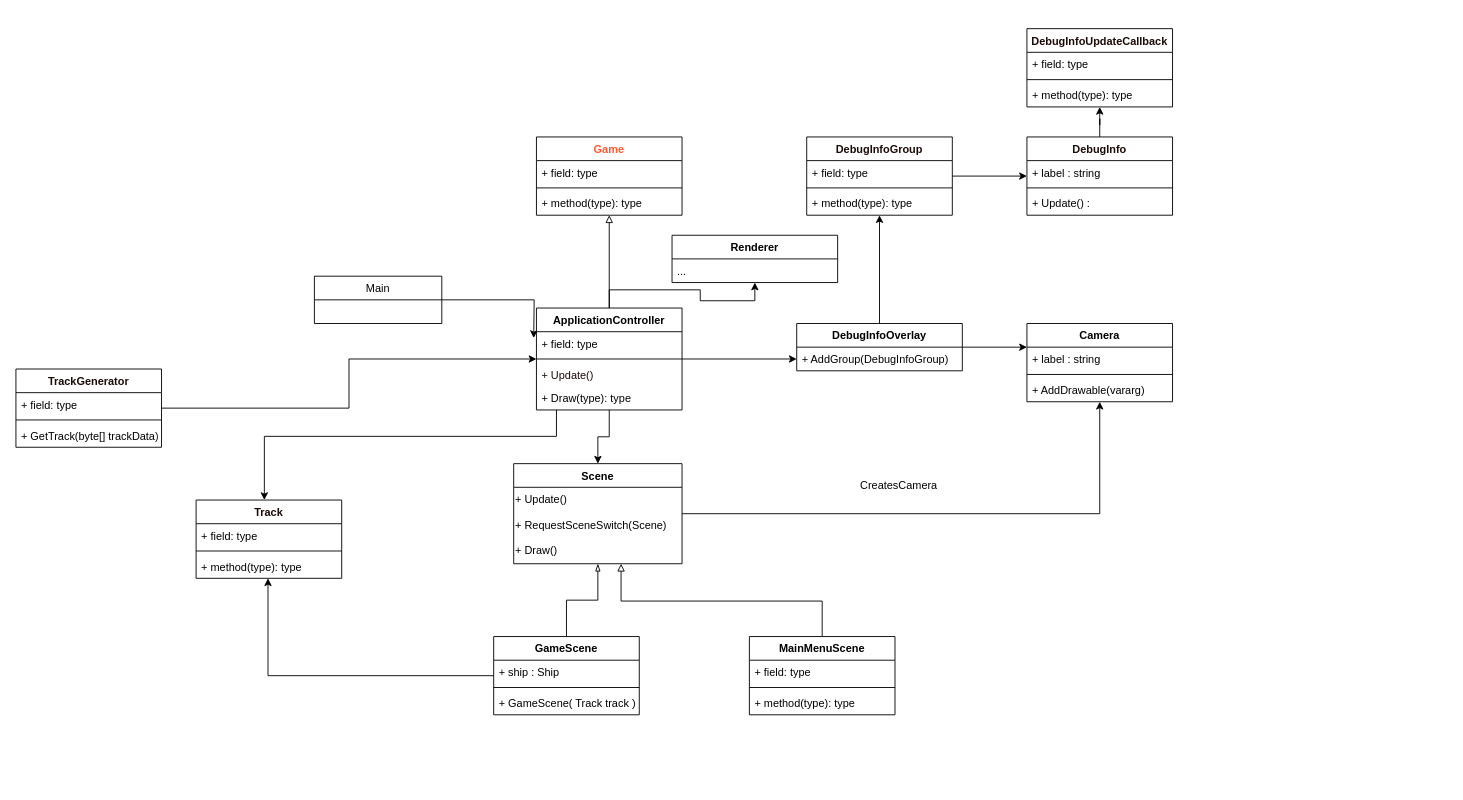
This is deepflight_classdiagram.drawio from maltebp/DeepFlightGame, a draw.io file, before an edit. Source tidied: cells renumbered, new cells numbered last; positions are measured from the earlier drawing's top-left corner, leaving out a move shared by most shapes. Both pictures are drawn from the tidied source at 91%, with x=0, y=0 at pixel (15, 28).
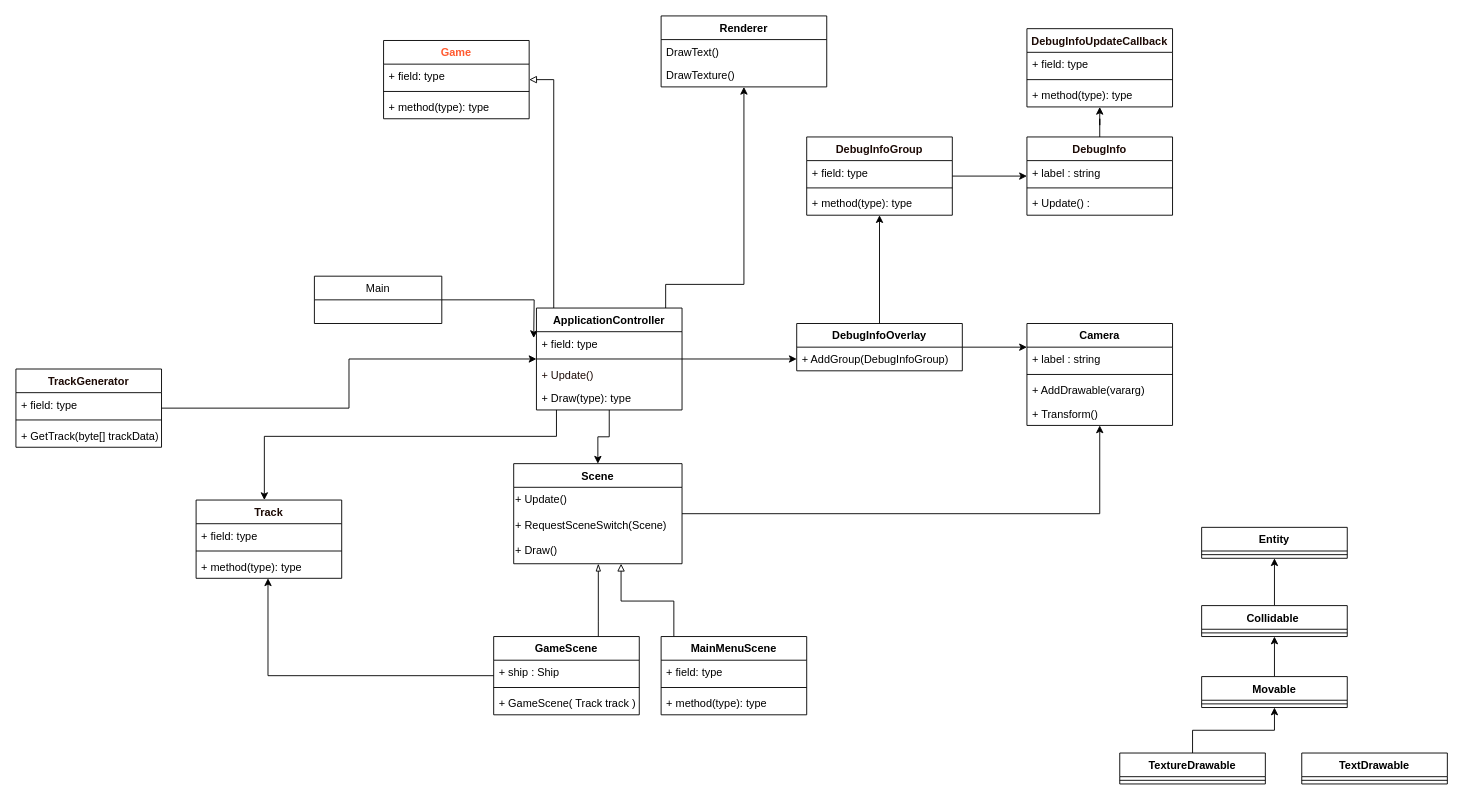
Above is the later version.

Unchanged cells that the change refers to:
```xml
<mxCell id="10" value="ApplicationController" style="swimlane;fontStyle=1;align=center;verticalAlign=top;horizontal=1;startSize=26;" parent="1" vertex="1">
  <mxGeometry x="572" y="307" width="160" height="112" as="geometry" />
</mxCell>
<mxCell id="16" value="Scene" style="swimlane;fontStyle=1;align=center;verticalAlign=top;horizontal=1;startSize=26;" parent="1" vertex="1">
  <mxGeometry x="547" y="478" width="185" height="110" as="geometry" />
</mxCell>
<mxCell id="36" value="GameScene" style="swimlane;fontStyle=1;align=center;verticalAlign=top;horizontal=1;startSize=26;" parent="1" vertex="1">
  <mxGeometry x="525" y="668" width="160" height="86" as="geometry" />
</mxCell>
```

Change to the diagram source:
```diff
@@
     <mxCell id="3" style="edgeStyle=orthogonalEdgeStyle;rounded=0;jettySize=auto;html=1;endArrow=block;endFill=0;" parent="1" edge="1" source="10" target="20">
-      <mxGeometry relative="1" as="geometry" />
+      <mxGeometry relative="1" as="geometry">
+        <Array as="points">
+          <mxPoint x="591" y="56" />
+        </Array>
+      </mxGeometry>
     </mxCell>
@@
     <mxCell id="5" style="edgeStyle=orthogonalEdgeStyle;rounded=0;jettySize=auto;html=1;endArrow=block;endFill=0;" parent="1" edge="1" source="40" target="16">
       <mxGeometry relative="1" as="geometry">
         <Array as="points">
+          <mxPoint x="723" y="629" />
           <mxPoint x="665" y="629" />
         </Array>
       </mxGeometry>
     </mxCell>
     <mxCell id="6" style="edgeStyle=orthogonalEdgeStyle;rounded=0;jettySize=auto;html=1;endArrow=blockThin;endFill=0;fontColor=#FF5A30;" parent="1" edge="1" source="36" target="16">
-      <mxGeometry relative="1" as="geometry" />
+      <mxGeometry relative="1" as="geometry">
+        <Array as="points">
+          <mxPoint x="640" y="651" />
+          <mxPoint x="640" y="651" />
+        </Array>
+      </mxGeometry>
     </mxCell>
@@
     <mxCell id="9" style="edgeStyle=orthogonalEdgeStyle;rounded=0;jettySize=auto;html=1;" parent="1" edge="1" source="10" target="65">
-      <mxGeometry relative="1" as="geometry" />
+      <mxGeometry relative="1" as="geometry">
+        <Array as="points">
+          <mxPoint x="714" y="281" />
+          <mxPoint x="800" y="281" />
+        </Array>
+      </mxGeometry>
     </mxCell>
@@
-    <mxCell id="20" value="Game" style="swimlane;fontStyle=1;align=center;verticalAlign=top;horizontal=1;startSize=26;fontColor=#FF5A30;" parent="1" vertex="1">
-      <mxGeometry x="572" y="119" width="160" height="86" as="geometry" />
-    </mxCell>
-    <mxCell id="21" value="+ field: type" style="text;strokeColor=none;fillColor=none;align=left;verticalAlign=top;spacingLeft=4;spacingRight=4;overflow=hidden;" parent="20" vertex="1">
-      <mxGeometry y="26" width="160" height="26" as="geometry" />
-    </mxCell>
-    <mxCell id="22" style="line;strokeWidth=1;fillColor=none;align=left;verticalAlign=middle;spacingTop=-1;spacingLeft=3;spacingRight=3;labelPosition=right;" parent="20" vertex="1">
-      <mxGeometry y="52" width="160" height="8" as="geometry" />
-    </mxCell>
-    <mxCell id="23" value="+ method(type): type" style="text;strokeColor=none;fillColor=none;align=left;verticalAlign=top;spacingLeft=4;spacingRight=4;overflow=hidden;" parent="20" vertex="1">
-      <mxGeometry y="60" width="160" height="26" as="geometry" />
-    </mxCell>
@@
+    <mxCell id="20" value="Game" style="swimlane;fontStyle=1;align=center;verticalAlign=top;horizontal=1;startSize=26;fontColor=#FF5A30;" parent="1" vertex="1">
+      <mxGeometry x="404" y="13" width="160" height="86" as="geometry" />
+    </mxCell>
+    <mxCell id="21" value="+ field: type" style="text;strokeColor=none;fillColor=none;align=left;verticalAlign=top;spacingLeft=4;spacingRight=4;overflow=hidden;" parent="20" vertex="1">
+      <mxGeometry y="26" width="160" height="26" as="geometry" />
+    </mxCell>
+    <mxCell id="22" style="line;strokeWidth=1;fillColor=none;align=left;verticalAlign=middle;spacingTop=-1;spacingLeft=3;spacingRight=3;labelPosition=right;" parent="20" vertex="1">
+      <mxGeometry y="52" width="160" height="8" as="geometry" />
+    </mxCell>
+    <mxCell id="23" value="+ method(type): type" style="text;strokeColor=none;fillColor=none;align=left;verticalAlign=top;spacingLeft=4;spacingRight=4;overflow=hidden;" parent="20" vertex="1">
+      <mxGeometry y="60" width="160" height="26" as="geometry" />
+    </mxCell>
+    <mxCell id="65" value="Renderer" style="swimlane;fontStyle=1;align=center;verticalAlign=top;horizontal=1;startSize=26;" parent="1" vertex="1">
+      <mxGeometry x="709" y="-14" width="182" height="78" as="geometry" />
+    </mxCell>
+    <mxCell id="68" value="DrawText()" style="text;strokeColor=none;fillColor=none;align=left;verticalAlign=top;spacingLeft=4;spacingRight=4;overflow=hidden;" parent="65" vertex="1">
+      <mxGeometry y="26" width="182" height="26" as="geometry" />
+    </mxCell>
+    <mxCell id="66" value="DrawTexture()" style="text;strokeColor=none;fillColor=none;align=left;verticalAlign=top;spacingLeft=4;spacingRight=4;overflow=hidden;" parent="65" vertex="1">
+      <mxGeometry y="52" width="182" height="26" as="geometry" />
+    </mxCell>
@@
-    <mxCell id="40" value="MainMenuScene" style="swimlane;fontStyle=1;align=center;verticalAlign=top;horizontal=1;startSize=26;" parent="1" vertex="1">
-      <mxGeometry x="806" y="668" width="160" height="86" as="geometry" />
-    </mxCell>
-    <mxCell id="41" value="+ field: type" style="text;strokeColor=none;fillColor=none;align=left;verticalAlign=top;spacingLeft=4;spacingRight=4;overflow=hidden;" parent="40" vertex="1">
-      <mxGeometry y="26" width="160" height="26" as="geometry" />
-    </mxCell>
-    <mxCell id="42" style="line;strokeWidth=1;fillColor=none;align=left;verticalAlign=middle;spacingTop=-1;spacingLeft=3;spacingRight=3;labelPosition=right;" parent="40" vertex="1">
-      <mxGeometry y="52" width="160" height="8" as="geometry" />
-    </mxCell>
-    <mxCell id="43" value="+ method(type): type" style="text;strokeColor=none;fillColor=none;align=left;verticalAlign=top;spacingLeft=4;spacingRight=4;overflow=hidden;" parent="40" vertex="1">
-      <mxGeometry y="60" width="160" height="26" as="geometry" />
-    </mxCell>
@@
     <mxCell id="49" value="Camera" style="swimlane;fontStyle=1;align=center;verticalAlign=top;horizontal=1;startSize=26;" parent="1" vertex="1">
-      <mxGeometry x="1111" y="324" width="160" height="86" as="geometry" />
+      <mxGeometry x="1111" y="324" width="160" height="112" as="geometry" />
     </mxCell>
@@
+    <mxCell id="69" value="+ Transform()" style="text;strokeColor=none;fillColor=none;align=left;verticalAlign=top;spacingLeft=4;spacingRight=4;overflow=hidden;" parent="49" vertex="1">
+      <mxGeometry y="86" width="160" height="26" as="geometry" />
+    </mxCell>
@@
-    <mxCell id="65" value="Renderer" style="swimlane;fontStyle=1;align=center;verticalAlign=top;horizontal=1;startSize=26;" parent="1" vertex="1">
-      <mxGeometry x="721" y="227" width="182" height="52" as="geometry" />
-    </mxCell>
-    <mxCell id="66" value="..." style="text;strokeColor=none;fillColor=none;align=left;verticalAlign=top;spacingLeft=4;spacingRight=4;overflow=hidden;" parent="65" vertex="1">
-      <mxGeometry y="26" width="182" height="26" as="geometry" />
-    </mxCell>
-    <mxCell id="67" value="CreatesCamera" style="text;html=1;align=center;verticalAlign=middle;" parent="1" vertex="1">
-      <mxGeometry x="922" y="493" width="95" height="18" as="geometry" />
-    </mxCell>
+    <mxCell id="40" value="MainMenuScene" style="swimlane;fontStyle=1;align=center;verticalAlign=top;horizontal=1;startSize=26;" parent="1" vertex="1">
+      <mxGeometry x="709" y="668" width="160" height="86" as="geometry" />
+    </mxCell>
+    <mxCell id="41" value="+ field: type" style="text;strokeColor=none;fillColor=none;align=left;verticalAlign=top;spacingLeft=4;spacingRight=4;overflow=hidden;" parent="40" vertex="1">
+      <mxGeometry y="26" width="160" height="26" as="geometry" />
+    </mxCell>
+    <mxCell id="42" style="line;strokeWidth=1;fillColor=none;align=left;verticalAlign=middle;spacingTop=-1;spacingLeft=3;spacingRight=3;labelPosition=right;" parent="40" vertex="1">
+      <mxGeometry y="52" width="160" height="8" as="geometry" />
+    </mxCell>
+    <mxCell id="43" value="+ method(type): type" style="text;strokeColor=none;fillColor=none;align=left;verticalAlign=top;spacingLeft=4;spacingRight=4;overflow=hidden;" parent="40" vertex="1">
+      <mxGeometry y="60" width="160" height="26" as="geometry" />
+    </mxCell>
+    <mxCell id="70" value="Entity" style="swimlane;fontStyle=1;align=center;verticalAlign=top;horizontal=1;startSize=26;" parent="1" vertex="1">
+      <mxGeometry x="1303" y="548" width="160" height="34" as="geometry" />
+    </mxCell>
+    <mxCell id="71" style="line;strokeWidth=1;fillColor=none;align=left;verticalAlign=middle;spacingTop=-1;spacingLeft=3;spacingRight=3;labelPosition=right;" parent="70" vertex="1">
+      <mxGeometry y="26" width="160" height="8" as="geometry" />
+    </mxCell>
+    <mxCell id="72" style="edgeStyle=orthogonalEdgeStyle;rounded=0;jettySize=auto;html=1;" parent="1" edge="1" source="73" target="70">
+      <mxGeometry relative="1" as="geometry" />
+    </mxCell>
+    <mxCell id="73" value="Collidable " style="swimlane;fontStyle=1;align=center;verticalAlign=top;horizontal=1;startSize=26;" parent="1" vertex="1">
+      <mxGeometry x="1303" y="634" width="160" height="34" as="geometry" />
+    </mxCell>
+    <mxCell id="74" style="line;strokeWidth=1;fillColor=none;align=left;verticalAlign=middle;spacingTop=-1;spacingLeft=3;spacingRight=3;labelPosition=right;" parent="73" vertex="1">
+      <mxGeometry y="26" width="160" height="8" as="geometry" />
+    </mxCell>
+    <mxCell id="75" style="edgeStyle=orthogonalEdgeStyle;rounded=0;jettySize=auto;html=1;" parent="1" edge="1" source="76" target="73">
+      <mxGeometry relative="1" as="geometry" />
+    </mxCell>
+    <mxCell id="76" value="Movable" style="swimlane;fontStyle=1;align=center;verticalAlign=top;horizontal=1;startSize=26;" parent="1" vertex="1">
+      <mxGeometry x="1303" y="712" width="160" height="34" as="geometry" />
+    </mxCell>
+    <mxCell id="77" style="line;strokeWidth=1;fillColor=none;align=left;verticalAlign=middle;spacingTop=-1;spacingLeft=3;spacingRight=3;labelPosition=right;" parent="76" vertex="1">
+      <mxGeometry y="26" width="160" height="8" as="geometry" />
+    </mxCell>
+    <mxCell id="78" style="edgeStyle=orthogonalEdgeStyle;rounded=0;jettySize=auto;html=1;" parent="1" edge="1" source="79" target="76">
+      <mxGeometry relative="1" as="geometry" />
+    </mxCell>
+    <mxCell id="79" value="TextureDrawable" style="swimlane;fontStyle=1;align=center;verticalAlign=top;horizontal=1;startSize=26;" parent="1" vertex="1">
+      <mxGeometry x="1213" y="796" width="160" height="34" as="geometry" />
+    </mxCell>
+    <mxCell id="80" style="line;strokeWidth=1;fillColor=none;align=left;verticalAlign=middle;spacingTop=-1;spacingLeft=3;spacingRight=3;labelPosition=right;" parent="79" vertex="1">
+      <mxGeometry y="26" width="160" height="8" as="geometry" />
+    </mxCell>
+    <mxCell id="81" value="TextDrawable" style="swimlane;fontStyle=1;align=center;verticalAlign=top;horizontal=1;startSize=26;" parent="1" vertex="1">
+      <mxGeometry x="1413" y="796" width="160" height="34" as="geometry" />
+    </mxCell>
+    <mxCell id="82" style="line;strokeWidth=1;fillColor=none;align=left;verticalAlign=middle;spacingTop=-1;spacingLeft=3;spacingRight=3;labelPosition=right;" parent="81" vertex="1">
+      <mxGeometry y="26" width="160" height="8" as="geometry" />
+    </mxCell>
```
